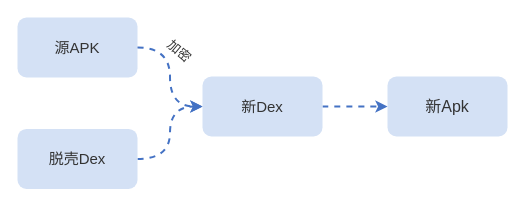
Earlier version of the draw.io diagram page "第 5 页" (5 of 6) of src/Untitled Diagram.drawio (maoqifan1/drawio). Source tidied: cells renumbered, new cells numbered last; positions are measured from the earlier drawing's top-left corner, leaving out a move shared by most shapes. Both pictures are drawn from the tidied source at 100%, with x=0, y=0 at pixel (17, 17).
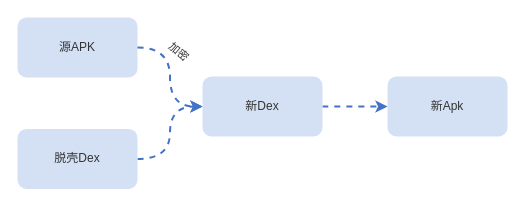
The same diagram, later.

Diff of the diagram source:
```diff
@@
 <mxGraphModel>
   <root>
     <mxCell id="0" />
     <mxCell id="1" parent="0" />
     <mxCell id="2" style="group;" parent="1" vertex="1">
       <mxGeometry y="-0.4" width="490" height="171.8" as="geometry" />
     </mxCell>
-    <mxCell id="3" value="&lt;font color=&quot;#333333&quot; style=&quot;font-size: 15px;&quot;&gt;源APK&lt;/font&gt;" style="rounded=1;whiteSpace=wrap;html=1;fillColor=#D4E1F5;strokeColor=none;" parent="2" vertex="1">
+    <mxCell id="3" value="&lt;font color=&quot;#333333&quot; style=&quot;font-size: 12px;&quot;&gt;源APK&lt;/font&gt;" style="rounded=1;whiteSpace=wrap;html=1;fillColor=#D4E1F5;strokeColor=none;" parent="2" vertex="1">
       <mxGeometry y="0.4" width="120" height="60" as="geometry" />
     </mxCell>
-    <mxCell id="4" value="&lt;font color=&quot;#333333&quot; style=&quot;font-size: 16px;&quot;&gt;新Apk&lt;/font&gt;" style="rounded=1;whiteSpace=wrap;html=1;fillColor=#D4E1F5;strokeColor=none;" parent="2" vertex="1">
+    <mxCell id="4" value="&lt;font color=&quot;#333333&quot; style=&quot;font-size: 12px;&quot;&gt;新Apk&lt;/font&gt;" style="rounded=1;whiteSpace=wrap;html=1;fillColor=#D4E1F5;strokeColor=none;" parent="2" vertex="1">
       <mxGeometry x="370" y="59.4" width="120" height="60" as="geometry" />
     </mxCell>
     <mxCell id="5" style="edgeStyle=orthogonalEdgeStyle;curved=1;rounded=0;jettySize=auto;html=1;exitX=1;exitY=0.5;exitDx=0;exitDy=0;dashed=1;strokeColor=#4472C4;strokeWidth=2;fontSize=18;" parent="2" edge="1" source="6" target="4">
       <mxGeometry relative="1" as="geometry" />
     </mxCell>
-    <mxCell id="6" value="&lt;font color=&quot;#333333&quot; style=&quot;font-size: 15px;&quot;&gt;新Dex&lt;/font&gt;" style="rounded=1;whiteSpace=wrap;html=1;fillColor=#D4E1F5;strokeColor=none;fontColor=#1A1A1A;" parent="2" vertex="1">
+    <mxCell id="6" value="&lt;font color=&quot;#333333&quot; style=&quot;font-size: 12px;&quot;&gt;新Dex&lt;/font&gt;" style="rounded=1;whiteSpace=wrap;html=1;fillColor=#D4E1F5;strokeColor=none;fontColor=#1A1A1A;" parent="2" vertex="1">
       <mxGeometry x="185" y="59.4" width="120" height="60" as="geometry" />
     </mxCell>
     <mxCell id="7" style="edgeStyle=orthogonalEdgeStyle;rounded=0;jettySize=auto;html=1;exitX=1;exitY=0.5;exitDx=0;exitDy=0;entryX=0;entryY=0.5;entryDx=0;entryDy=0;fontSize=18;curved=1;strokeColor=#4472c4;dashed=1;strokeWidth=2;" parent="2" edge="1" source="3" target="6">
       <mxGeometry relative="1" as="geometry" />
     </mxCell>
     <mxCell id="8" style="edgeStyle=orthogonalEdgeStyle;curved=1;rounded=0;jettySize=auto;html=1;exitX=1;exitY=0.5;exitDx=0;exitDy=0;entryX=0;entryY=0.5;entryDx=0;entryDy=0;fontSize=18;strokeWidth=2;strokeColor=#4472C4;dashed=1;" parent="2" edge="1" source="9" target="6">
       <mxGeometry relative="1" as="geometry" />
     </mxCell>
-    <mxCell id="9" value="&lt;font color=&quot;#333333&quot; style=&quot;font-size: 15px;&quot;&gt;脱壳Dex&lt;/font&gt;" style="rounded=1;whiteSpace=wrap;html=1;fillColor=#D4E1F5;strokeColor=none;" parent="2" vertex="1">
+    <mxCell id="9" value="&lt;font color=&quot;#333333&quot; style=&quot;font-size: 12px;&quot;&gt;脱壳Dex&lt;/font&gt;" style="rounded=1;whiteSpace=wrap;html=1;fillColor=#D4E1F5;strokeColor=none;" parent="2" vertex="1">
       <mxGeometry y="111.8" width="120" height="60" as="geometry" />
     </mxCell>
-    <mxCell id="10" value="&lt;font style=&quot;font-size: 13px;&quot;&gt;加密&lt;/font&gt;" style="text;html=1;align=center;verticalAlign=middle;strokeColor=none;fillColor=none;fontSize=23;rotation=40;fontColor=#333333;" parent="2" vertex="1">
+    <mxCell id="10" value="&lt;font style=&quot;font-size: 11px;&quot;&gt;加密&lt;/font&gt;" style="text;html=1;align=center;verticalAlign=middle;strokeColor=none;fillColor=none;fontSize=23;rotation=40;fontColor=#333333;" parent="2" vertex="1">
       <mxGeometry x="139" y="11.4" width="50" height="40" as="geometry" />
     </mxCell>
   </root>
 </mxGraphModel>
```
